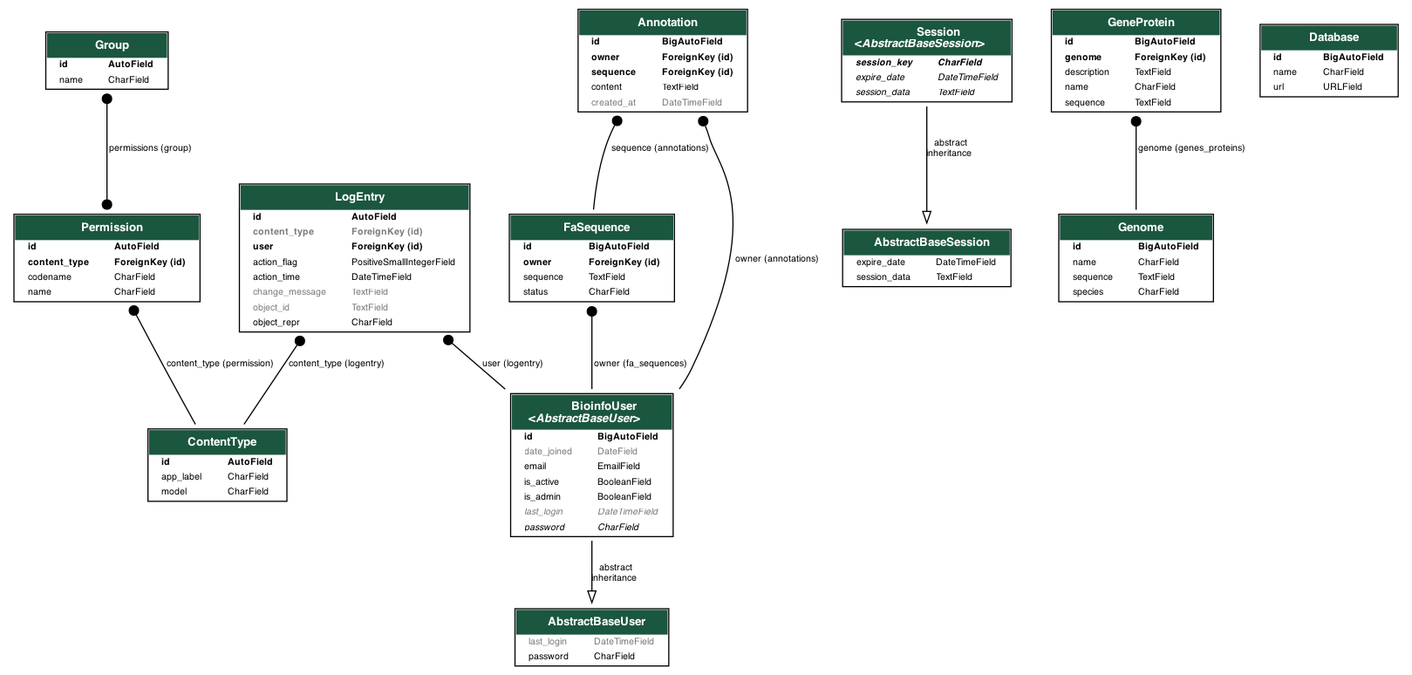
This is myapp_models.png from TitouanCh/appweb, a Graphviz export, as it was before one commit. Its source is kept beside it as myapp_models.dot.
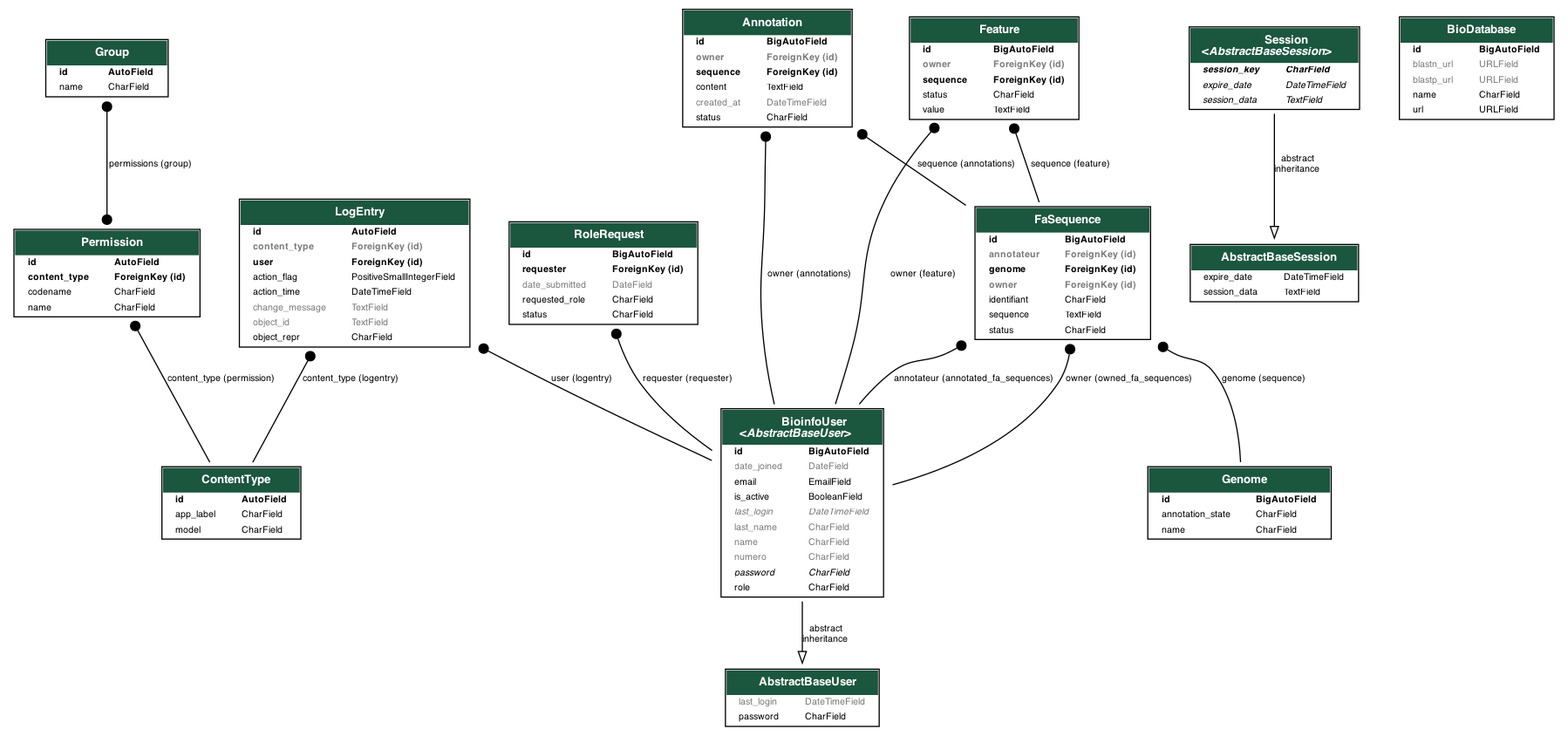
Above is the later version.

Commit message:
UML mis à jour

Change to the diagram source:
```diff
@@ -283,9 +283,33 @@
 
 
     <TR><TD ALIGN="LEFT" BORDER="0">
-    <FONT FACE="Roboto"><B>owner</B></FONT>
+    <FONT COLOR="#7B7B7B" FACE="Roboto"><B>annotateur</B></FONT>
+    </TD><TD ALIGN="LEFT">
+    <FONT COLOR="#7B7B7B" FACE="Roboto"><B>ForeignKey (id)</B></FONT>
+    </TD></TR>
+
+
+
+    <TR><TD ALIGN="LEFT" BORDER="0">
+    <FONT FACE="Roboto"><B>genome</B></FONT>
     </TD><TD ALIGN="LEFT">
     <FONT FACE="Roboto"><B>ForeignKey (id)</B></FONT>
+    </TD></TR>
+
+
+
+    <TR><TD ALIGN="LEFT" BORDER="0">
+    <FONT COLOR="#7B7B7B" FACE="Roboto"><B>owner</B></FONT>
+    </TD><TD ALIGN="LEFT">
+    <FONT COLOR="#7B7B7B" FACE="Roboto"><B>ForeignKey (id)</B></FONT>
+    </TD></TR>
+
+
+
+    <TR><TD ALIGN="LEFT" BORDER="0">
+    <FONT FACE="Roboto">identifiant</FONT>
+    </TD><TD ALIGN="LEFT">
+    <FONT FACE="Roboto">CharField</FONT>
     </TD></TR>
 
 
@@ -378,17 +402,33 @@
 
 
     <TR><TD ALIGN="LEFT" BORDER="0">
-    <FONT FACE="Roboto">is_admin</FONT>
+    <FONT COLOR="#7B7B7B" FACE="Roboto"><I>last_login</I></FONT>
     </TD><TD ALIGN="LEFT">
-    <FONT FACE="Roboto">BooleanField</FONT>
+    <FONT COLOR="#7B7B7B" FACE="Roboto"><I>DateTimeField</I></FONT>
     </TD></TR>
 
 
 
     <TR><TD ALIGN="LEFT" BORDER="0">
-    <FONT COLOR="#7B7B7B" FACE="Roboto"><I>last_login</I></FONT>
+    <FONT COLOR="#7B7B7B" FACE="Roboto">last_name</FONT>
     </TD><TD ALIGN="LEFT">
-    <FONT COLOR="#7B7B7B" FACE="Roboto"><I>DateTimeField</I></FONT>
+    <FONT COLOR="#7B7B7B" FACE="Roboto">CharField</FONT>
+    </TD></TR>
+
+
+
+    <TR><TD ALIGN="LEFT" BORDER="0">
+    <FONT COLOR="#7B7B7B" FACE="Roboto">name</FONT>
+    </TD><TD ALIGN="LEFT">
+    <FONT COLOR="#7B7B7B" FACE="Roboto">CharField</FONT>
+    </TD></TR>
+
+
+
+    <TR><TD ALIGN="LEFT" BORDER="0">
+    <FONT COLOR="#7B7B7B" FACE="Roboto">numero</FONT>
+    </TD><TD ALIGN="LEFT">
+    <FONT COLOR="#7B7B7B" FACE="Roboto">CharField</FONT>
     </TD></TR>
 
 
@@ -400,17 +440,22 @@
     </TD></TR>
 
 
+
+    <TR><TD ALIGN="LEFT" BORDER="0">
+    <FONT FACE="Roboto">role</FONT>
+    </TD><TD ALIGN="LEFT">
+    <FONT FACE="Roboto">CharField</FONT>
+    </TD></TR>
+
+
     </TABLE>
     >]
 
-
-
-
-  search_models_Genome [label=<
+  authentication_models_RoleRequest [label=<
     <TABLE BGCOLOR="white" BORDER="1" CELLBORDER="0" CELLSPACING="0">
     <TR><TD COLSPAN="2" CELLPADDING="5" ALIGN="CENTER" BGCOLOR="#1b563f">
     <FONT FACE="Roboto" COLOR="white" POINT-SIZE="10"><B>
-    Genome
+    RoleRequest
     </B></FONT></TD></TR>
 
 
@@ -423,7 +468,23 @@
 
 
     <TR><TD ALIGN="LEFT" BORDER="0">
-    <FONT FACE="Roboto">name</FONT>
+    <FONT FACE="Roboto"><B>requester</B></FONT>
+    </TD><TD ALIGN="LEFT">
+    <FONT FACE="Roboto"><B>ForeignKey (id)</B></FONT>
+    </TD></TR>
+
+
+
+    <TR><TD ALIGN="LEFT" BORDER="0">
+    <FONT COLOR="#7B7B7B" FACE="Roboto">date_submitted</FONT>
+    </TD><TD ALIGN="LEFT">
+    <FONT COLOR="#7B7B7B" FACE="Roboto">DateField</FONT>
+    </TD></TR>
+
+
+
+    <TR><TD ALIGN="LEFT" BORDER="0">
+    <FONT FACE="Roboto">requested_role</FONT>
     </TD><TD ALIGN="LEFT">
     <FONT FACE="Roboto">CharField</FONT>
     </TD></TR>
@@ -431,15 +492,7 @@
 
 
     <TR><TD ALIGN="LEFT" BORDER="0">
-    <FONT FACE="Roboto">sequence</FONT>
-    </TD><TD ALIGN="LEFT">
-    <FONT FACE="Roboto">TextField</FONT>
-    </TD></TR>
-
-
-
-    <TR><TD ALIGN="LEFT" BORDER="0">
-    <FONT FACE="Roboto">species</FONT>
+    <FONT FACE="Roboto">status</FONT>
     </TD><TD ALIGN="LEFT">
     <FONT FACE="Roboto">CharField</FONT>
     </TD></TR>
@@ -448,11 +501,14 @@
     </TABLE>
     >]
 
-  search_models_GeneProtein [label=<
+
+
+
+  blast_request_models_BioDatabase [label=<
     <TABLE BGCOLOR="white" BORDER="1" CELLBORDER="0" CELLSPACING="0">
     <TR><TD COLSPAN="2" CELLPADDING="5" ALIGN="CENTER" BGCOLOR="#1b563f">
     <FONT FACE="Roboto" COLOR="white" POINT-SIZE="10"><B>
-    GeneProtein
+    BioDatabase
     </B></FONT></TD></TR>
 
 
@@ -465,54 +521,17 @@
 
 
     <TR><TD ALIGN="LEFT" BORDER="0">
-    <FONT FACE="Roboto"><B>genome</B></FONT>
+    <FONT COLOR="#7B7B7B" FACE="Roboto">blastn_url</FONT>
     </TD><TD ALIGN="LEFT">
-    <FONT FACE="Roboto"><B>ForeignKey (id)</B></FONT>
+    <FONT COLOR="#7B7B7B" FACE="Roboto">URLField</FONT>
     </TD></TR>
 
 
 
     <TR><TD ALIGN="LEFT" BORDER="0">
-    <FONT FACE="Roboto">description</FONT>
+    <FONT COLOR="#7B7B7B" FACE="Roboto">blastp_url</FONT>
     </TD><TD ALIGN="LEFT">
-    <FONT FACE="Roboto">TextField</FONT>
-    </TD></TR>
-
-
-
-    <TR><TD ALIGN="LEFT" BORDER="0">
-    <FONT FACE="Roboto">name</FONT>
-    </TD><TD ALIGN="LEFT">
-    <FONT FACE="Roboto">CharField</FONT>
-    </TD></TR>
-
-
-
-    <TR><TD ALIGN="LEFT" BORDER="0">
-    <FONT FACE="Roboto">sequence</FONT>
-    </TD><TD ALIGN="LEFT">
-    <FONT FACE="Roboto">TextField</FONT>
-    </TD></TR>
-
-
-    </TABLE>
-    >]
-
-
-
-
-  blast_request_models_Database [label=<
-    <TABLE BGCOLOR="white" BORDER="1" CELLBORDER="0" CELLSPACING="0">
-    <TR><TD COLSPAN="2" CELLPADDING="5" ALIGN="CENTER" BGCOLOR="#1b563f">
-    <FONT FACE="Roboto" COLOR="white" POINT-SIZE="10"><B>
-    Database
-    </B></FONT></TD></TR>
-
-
-    <TR><TD ALIGN="LEFT" BORDER="0">
-    <FONT FACE="Roboto"><B>id</B></FONT>
-    </TD><TD ALIGN="LEFT">
-    <FONT FACE="Roboto"><B>BigAutoField</B></FONT>
+    <FONT COLOR="#7B7B7B" FACE="Roboto">URLField</FONT>
     </TD></TR>
 
 
@@ -555,9 +574,9 @@
 
 
     <TR><TD ALIGN="LEFT" BORDER="0">
-    <FONT FACE="Roboto"><B>owner</B></FONT>
+    <FONT COLOR="#7B7B7B" FACE="Roboto"><B>owner</B></FONT>
     </TD><TD ALIGN="LEFT">
-    <FONT FACE="Roboto"><B>ForeignKey (id)</B></FONT>
+    <FONT COLOR="#7B7B7B" FACE="Roboto"><B>ForeignKey (id)</B></FONT>
     </TD></TR>
 
 
@@ -582,6 +601,98 @@
     <FONT COLOR="#7B7B7B" FACE="Roboto">created_at</FONT>
     </TD><TD ALIGN="LEFT">
     <FONT COLOR="#7B7B7B" FACE="Roboto">DateTimeField</FONT>
+    </TD></TR>
+
+
+
+    <TR><TD ALIGN="LEFT" BORDER="0">
+    <FONT FACE="Roboto">status</FONT>
+    </TD><TD ALIGN="LEFT">
+    <FONT FACE="Roboto">CharField</FONT>
+    </TD></TR>
+
+
+    </TABLE>
+    >]
+
+  annotation_models_Feature [label=<
+    <TABLE BGCOLOR="white" BORDER="1" CELLBORDER="0" CELLSPACING="0">
+    <TR><TD COLSPAN="2" CELLPADDING="5" ALIGN="CENTER" BGCOLOR="#1b563f">
+    <FONT FACE="Roboto" COLOR="white" POINT-SIZE="10"><B>
+    Feature
+    </B></FONT></TD></TR>
+
+
+    <TR><TD ALIGN="LEFT" BORDER="0">
+    <FONT FACE="Roboto"><B>id</B></FONT>
+    </TD><TD ALIGN="LEFT">
+    <FONT FACE="Roboto"><B>BigAutoField</B></FONT>
+    </TD></TR>
+
+
+
+    <TR><TD ALIGN="LEFT" BORDER="0">
+    <FONT COLOR="#7B7B7B" FACE="Roboto"><B>owner</B></FONT>
+    </TD><TD ALIGN="LEFT">
+    <FONT COLOR="#7B7B7B" FACE="Roboto"><B>ForeignKey (id)</B></FONT>
+    </TD></TR>
+
+
+
+    <TR><TD ALIGN="LEFT" BORDER="0">
+    <FONT FACE="Roboto"><B>sequence</B></FONT>
+    </TD><TD ALIGN="LEFT">
+    <FONT FACE="Roboto"><B>ForeignKey (id)</B></FONT>
+    </TD></TR>
+
+
+
+    <TR><TD ALIGN="LEFT" BORDER="0">
+    <FONT FACE="Roboto">status</FONT>
+    </TD><TD ALIGN="LEFT">
+    <FONT FACE="Roboto">CharField</FONT>
+    </TD></TR>
+
+
+
+    <TR><TD ALIGN="LEFT" BORDER="0">
+    <FONT FACE="Roboto">value</FONT>
+    </TD><TD ALIGN="LEFT">
+    <FONT FACE="Roboto">TextField</FONT>
+    </TD></TR>
+
+
+    </TABLE>
+    >]
+
+  annotation_models_Genome [label=<
+    <TABLE BGCOLOR="white" BORDER="1" CELLBORDER="0" CELLSPACING="0">
+    <TR><TD COLSPAN="2" CELLPADDING="5" ALIGN="CENTER" BGCOLOR="#1b563f">
+    <FONT FACE="Roboto" COLOR="white" POINT-SIZE="10"><B>
+    Genome
+    </B></FONT></TD></TR>
+
+
+    <TR><TD ALIGN="LEFT" BORDER="0">
+    <FONT FACE="Roboto"><B>id</B></FONT>
+    </TD><TD ALIGN="LEFT">
+    <FONT FACE="Roboto"><B>BigAutoField</B></FONT>
+    </TD></TR>
+
+
+
+    <TR><TD ALIGN="LEFT" BORDER="0">
+    <FONT FACE="Roboto">annotation_state</FONT>
+    </TD><TD ALIGN="LEFT">
+    <FONT FACE="Roboto">CharField</FONT>
+    </TD></TR>
+
+
+
+    <TR><TD ALIGN="LEFT" BORDER="0">
+    <FONT FACE="Roboto">name</FONT>
+    </TD><TD ALIGN="LEFT">
+    <FONT FACE="Roboto">CharField</FONT>
     </TD></TR>
 
 
@@ -612,15 +723,20 @@
 
 
   genhome_models_FaSequence -> authentication_models_BioinfoUser
-  [label=" owner (fa_sequences)"] [arrowhead=none, arrowtail=dot, dir=both];
+  [label=" owner (owned_fa_sequences)"] [arrowhead=none, arrowtail=dot, dir=both];
+
+  genhome_models_FaSequence -> authentication_models_BioinfoUser
+  [label=" annotateur (annotated_fa_sequences)"] [arrowhead=none, arrowtail=dot, dir=both];
+
+  genhome_models_FaSequence -> annotation_models_Genome
+  [label=" genome (sequence)"] [arrowhead=none, arrowtail=dot, dir=both];
 
 
   authentication_models_BioinfoUser -> django_contrib_auth_base_user_AbstractBaseUser
   [label=" abstract\ninheritance"] [arrowhead=empty, arrowtail=none, dir=both];
 
-
-  search_models_GeneProtein -> search_models_Genome
-  [label=" genome (genes_proteins)"] [arrowhead=none, arrowtail=dot, dir=both];
+  authentication_models_RoleRequest -> authentication_models_BioinfoUser
+  [label=" requester (requester)"] [arrowhead=none, arrowtail=dot, dir=both];
 
 
 
@@ -630,5 +746,11 @@
   annotation_models_Annotation -> authentication_models_BioinfoUser
   [label=" owner (annotations)"] [arrowhead=none, arrowtail=dot, dir=both];
 
+  annotation_models_Feature -> genhome_models_FaSequence
+  [label=" sequence (feature)"] [arrowhead=none, arrowtail=dot, dir=both];
+
+  annotation_models_Feature -> authentication_models_BioinfoUser
+  [label=" owner (feature)"] [arrowhead=none, arrowtail=dot, dir=both];
+
 
 }
```
